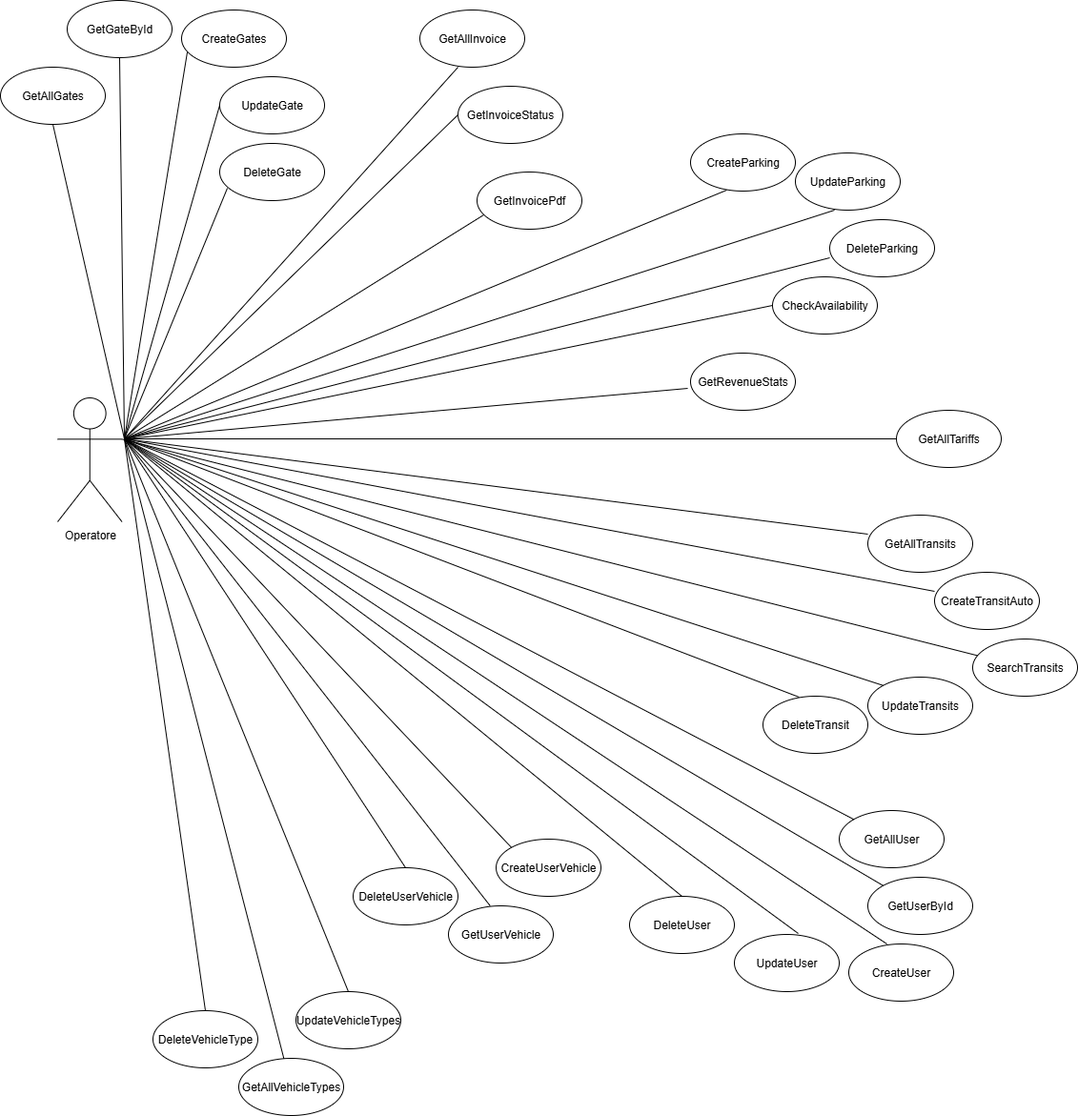
The draw.io diagram src/assets/Use Case Operatore.drawio.png in LoreG002/Backend-per-la-gestione-di-parcheggi-multi-accesso-con-OCR-fatturazione-automatica-e-statistiche, before a commit. Source tidied: cells renumbered, new cells last; positions are measured from the earlier drawing's top-left corner, leaving out a move shared by most shapes.
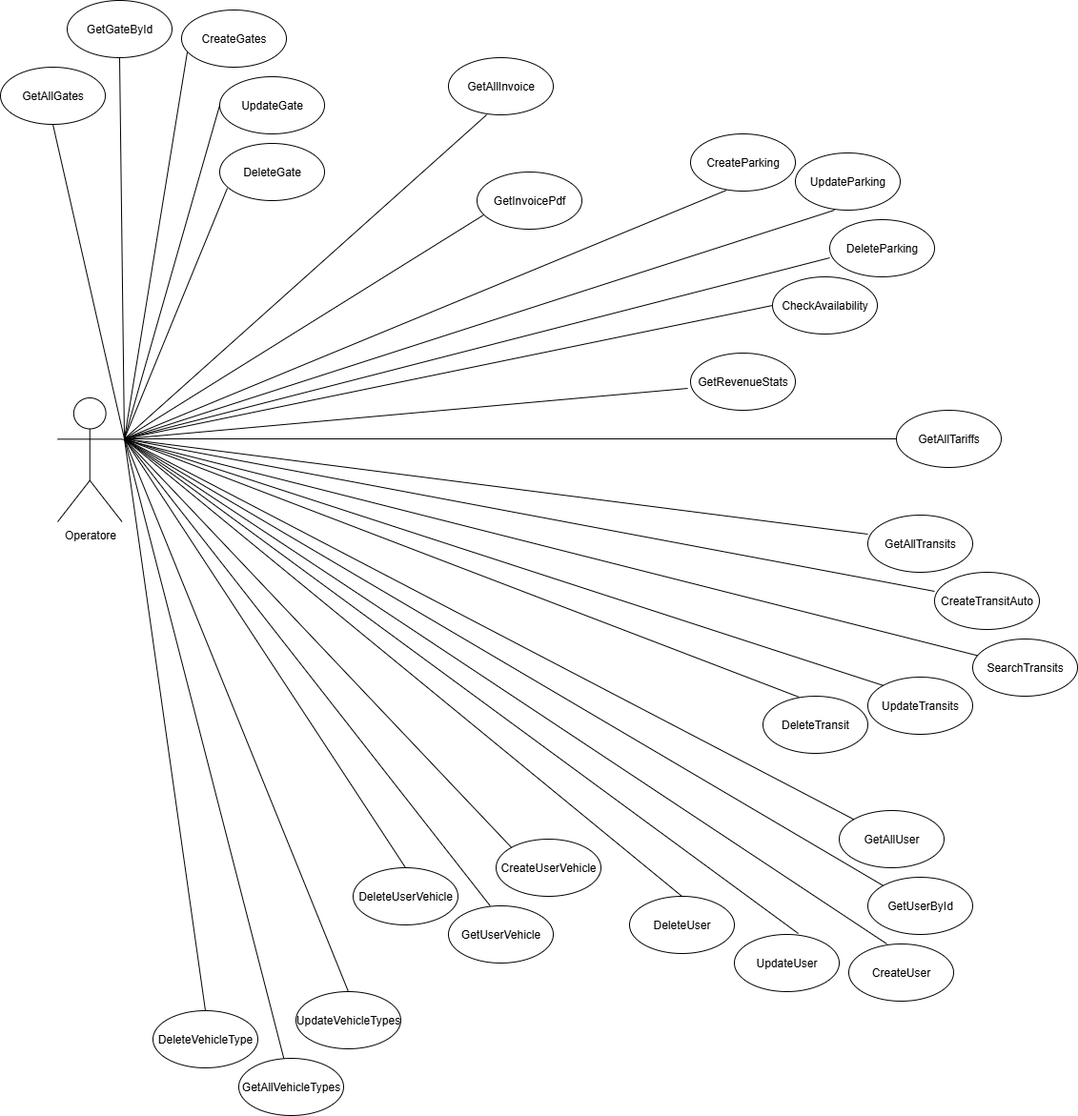
The same file after the commit.

What changed in the source:
```diff
@@ -17,11 +17,8 @@
       <mxGeometry y="70" width="110" height="60" as="geometry" />
     </mxCell>
     <mxCell id="6" value="GetAllInvoice" style="ellipse;whiteSpace=wrap;html=1;" parent="1" vertex="1">
-      <mxGeometry x="440" y="10" width="110" height="60" as="geometry" />
+      <mxGeometry x="470" y="60" width="110" height="60" as="geometry" />
     </mxCell>
-    <mxCell id="7" value="GetInvoiceStatus" style="ellipse;whiteSpace=wrap;html=1;" parent="1" vertex="1">
-      <mxGeometry x="480" y="90" width="110" height="60" as="geometry" />
-    </mxCell>
     <mxCell id="8" style="endArrow=none;html=1;rounded=0;entryX=0.5;entryY=1;entryDx=0;entryDy=0;" parent="1" edge="1" target="5">
       <mxGeometry relative="1" as="geometry">
         <mxPoint x="130" y="460" as="sourcePoint" />
@@ -32,11 +29,6 @@
         <mxPoint x="130" y="460" as="sourcePoint" />
       </mxGeometry>
     </mxCell>
-    <mxCell id="10" style="endArrow=none;html=1;rounded=0;entryX=0;entryY=0.5;entryDx=0;entryDy=0;" parent="1" edge="1" target="7">
-      <mxGeometry relative="1" as="geometry">
-        <mxPoint x="130" y="460" as="sourcePoint" />
-      </mxGeometry>
-    </mxCell>
     <mxCell id="11" value="GetInvoicePdf" style="ellipse;whiteSpace=wrap;html=1;" parent="1" vertex="1">
       <mxGeometry x="500" y="180" width="110" height="60" as="geometry" />
     </mxCell>
```
